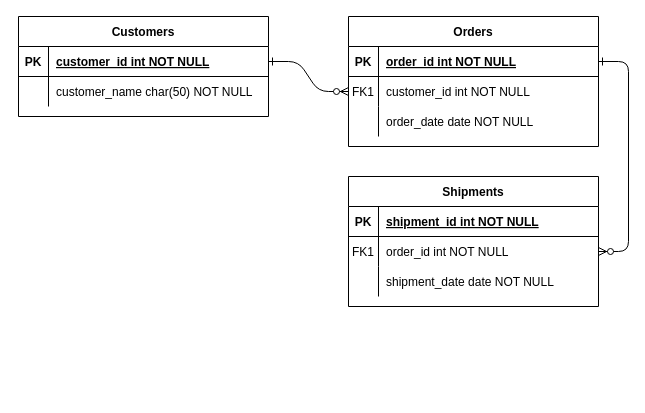
The draw.io diagram Untitled Diagram.drawio in dvnrsn/scd-scraper, before the edit. Source tidied: cells renumbered, new cells numbered last; positions are measured from the earlier drawing's top-left corner, leaving out a move shared by most shapes. Both pictures are drawn from the tidied source at 100%, with x=0, y=0 at pixel (18, 16).
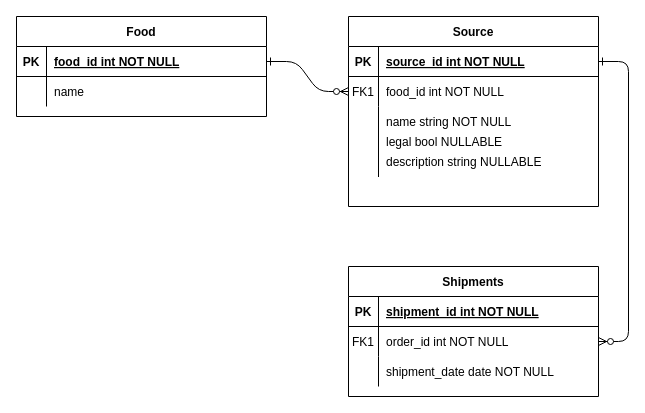
Above is the later version.

Unchanged cells that the change refers to:
```xml
<mxCell id="5" style="shape=partialRectangle;fillColor=none;points=[[0,0.5],[1,0.5]];portConstraint=eastwest;top=0;left=0;right=0;bottom=1;" parent="4" vertex="1">
  <mxGeometry y="30" width="250" height="30" as="geometry" />
</mxCell>
<mxCell id="8" style="shape=partialRectangle;fillColor=none;points=[[0,0.5],[1,0.5]];portConstraint=eastwest;top=0;left=0;right=0;bottom=0;" parent="4" vertex="1">
  <mxGeometry y="60" width="250" height="30" as="geometry" />
</mxCell>
<mxCell id="11" style="shape=partialRectangle;fillColor=none;top=0;left=0;right=0;bottom=0;" parent="4" vertex="1">
  <mxGeometry y="90" width="250" height="30" as="geometry" />
</mxCell>
<mxCell id="25" style="shape=partialRectangle;fillColor=none;points=[[0,0.5],[1,0.5]];portConstraint=eastwest;top=0;left=0;right=0;bottom=1;" parent="24" vertex="1">
  <mxGeometry y="30" width="250" height="30" as="geometry" />
</mxCell>
<mxCell id="28" style="shape=partialRectangle;fillColor=none;top=0;left=0;right=0;bottom=0;" parent="24" vertex="1">
  <mxGeometry y="60" width="250" height="30" as="geometry" />
</mxCell>
```

Change to the diagram source:
```diff
@@
-    <mxCell id="4" value="Orders" style="shape=table;startSize=30;childLayout=tableLayout;rowLines=0;fontStyle=1;align=center;" parent="1" vertex="1">
-      <mxGeometry x="330" width="250" height="130" as="geometry" />
+    <mxCell id="4" value="Source" style="shape=table;startSize=30;childLayout=tableLayout;rowLines=0;fontStyle=1;align=center;" parent="1" vertex="1">
+      <mxGeometry x="330" width="250" height="190" as="geometry" />
     </mxCell>
@@
-    <mxCell id="7" value="order_id int NOT NULL " style="shape=partialRectangle;overflow=hidden;fillColor=none;top=0;left=0;bottom=0;right=0;align=left;spacingLeft=6;fontStyle=5;" parent="5" vertex="1">
+    <mxCell id="7" value="source_id int NOT NULL " style="shape=partialRectangle;overflow=hidden;fillColor=none;top=0;left=0;bottom=0;right=0;align=left;spacingLeft=6;fontStyle=5;" parent="5" vertex="1">
       <mxGeometry x="30" width="220" height="30" as="geometry" />
     </mxCell>
@@
-    <mxCell id="10" value="customer_id int NOT NULL" style="shape=partialRectangle;overflow=hidden;fillColor=none;top=0;left=0;bottom=0;right=0;align=left;spacingLeft=6;" parent="8" vertex="1">
+    <mxCell id="10" value="food_id int NOT NULL" style="shape=partialRectangle;overflow=hidden;fillColor=none;top=0;left=0;bottom=0;right=0;align=left;spacingLeft=6;" parent="8" vertex="1">
       <mxGeometry x="30" width="220" height="30" as="geometry" />
     </mxCell>
@@
-    <mxCell id="13" value="order_date date NOT NULL" style="shape=partialRectangle;overflow=hidden;fillColor=none;top=0;left=0;bottom=0;right=0;align=left;spacingLeft=6;" parent="11" vertex="1">
+    <mxCell id="13" value="name string NOT NULL" style="shape=partialRectangle;overflow=hidden;fillColor=none;top=0;left=0;bottom=0;right=0;align=left;spacingLeft=6;" parent="11" vertex="1">
       <mxGeometry x="30" width="220" height="30" as="geometry" />
     </mxCell>
     <mxCell id="14" value="Shipments" style="shape=table;startSize=30;childLayout=tableLayout;rowLines=0;fontStyle=1;align=center;" parent="1" vertex="1">
-      <mxGeometry x="330" y="160" width="250" height="130" as="geometry" />
+      <mxGeometry x="330" y="250" width="250" height="130" as="geometry" />
     </mxCell>
@@
-    <mxCell id="24" value="Customers" style="shape=table;startSize=30;childLayout=tableLayout;rowLines=0;fontStyle=1;align=center;" parent="1" vertex="1">
-      <mxGeometry width="250" height="100" as="geometry" />
+    <mxCell id="24" value="Food" style="shape=table;startSize=30;childLayout=tableLayout;rowLines=0;fontStyle=1;align=center;" parent="1" vertex="1">
+      <mxGeometry x="-2" width="250" height="100" as="geometry" />
     </mxCell>
@@
-    <mxCell id="27" value="customer_id int NOT NULL " style="shape=partialRectangle;overflow=hidden;fillColor=none;top=0;left=0;bottom=0;right=0;align=left;spacingLeft=6;fontStyle=5;" parent="25" vertex="1">
+    <mxCell id="27" value="food_id int NOT NULL " style="shape=partialRectangle;overflow=hidden;fillColor=none;top=0;left=0;bottom=0;right=0;align=left;spacingLeft=6;fontStyle=5;" parent="25" vertex="1">
       <mxGeometry x="30" width="220" height="30" as="geometry" />
     </mxCell>
@@
-    <mxCell id="30" value="customer_name char(50) NOT NULL" style="shape=partialRectangle;overflow=hidden;fillColor=none;top=0;left=0;bottom=0;right=0;align=left;spacingLeft=6;" parent="28" vertex="1">
+    <mxCell id="30" value="name" style="shape=partialRectangle;overflow=hidden;fillColor=none;top=0;left=0;bottom=0;right=0;align=left;spacingLeft=6;" parent="28" vertex="1">
       <mxGeometry x="30" width="220" height="30" as="geometry" />
     </mxCell>
+    <mxCell id="31" value="legal bool NULLABLE" style="shape=partialRectangle;overflow=hidden;fillColor=none;top=0;left=1;bottom=0;right=0;align=left;spacingLeft=6;" parent="1" vertex="1">
+      <mxGeometry x="360" y="110" width="220" height="30" as="geometry" />
+    </mxCell>
+    <mxCell id="32" value="description string NULLABLE" style="shape=partialRectangle;overflow=hidden;fillColor=none;top=0;left=1;bottom=0;right=0;align=left;spacingLeft=6;" parent="1" vertex="1">
+      <mxGeometry x="360" y="130" width="220" height="30" as="geometry" />
+    </mxCell>
```
